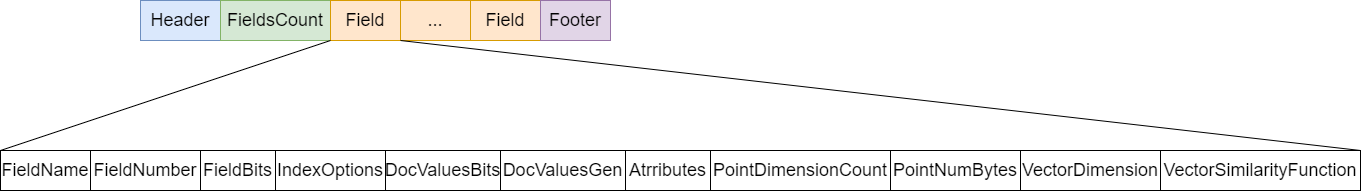
Above: .settings/lucene结构图.drawio.png in zjcDM/MRMD (draw.io), before the change. Source tidied: cells renumbered, new cells last; positions are measured from the earlier drawing's top-left corner, leaving out a move shared by most shapes. Its diagram source:
```xml
<mxGraphModel>
  <root>
    <mxCell id="0" />
    <mxCell id="1" parent="0" />
    <mxCell id="2" value="&lt;font style=&quot;font-size: 18px&quot;&gt;Header&lt;/font&gt;" style="rounded=0;whiteSpace=wrap;html=1;fillColor=#dae8fc;strokeColor=#6c8ebf;" parent="1" vertex="1">
      <mxGeometry x="140" width="80" height="40" as="geometry" />
    </mxCell>
    <mxCell id="3" value="&lt;font style=&quot;font-size: 18px&quot;&gt;FieldsCount&lt;/font&gt;" style="rounded=0;whiteSpace=wrap;html=1;fillColor=#d5e8d4;strokeColor=#82b366;" parent="1" vertex="1">
      <mxGeometry x="220" width="110" height="40" as="geometry" />
    </mxCell>
    <mxCell id="4" value="&lt;font style=&quot;font-size: 18px&quot;&gt;Field&lt;/font&gt;" style="rounded=0;whiteSpace=wrap;html=1;fillColor=#ffe6cc;strokeColor=#d79b00;" parent="1" vertex="1">
      <mxGeometry x="330" width="70" height="40" as="geometry" />
    </mxCell>
    <mxCell id="5" value="&lt;font style=&quot;font-size: 18px&quot;&gt;Field&lt;/font&gt;" style="rounded=0;whiteSpace=wrap;html=1;fillColor=#ffe6cc;strokeColor=#d79b00;" parent="1" vertex="1">
      <mxGeometry x="470" width="70" height="40" as="geometry" />
    </mxCell>
    <mxCell id="6" value="&lt;font style=&quot;font-size: 18px&quot;&gt;Footer&lt;/font&gt;" style="rounded=0;whiteSpace=wrap;html=1;fillColor=#e1d5e7;strokeColor=#9673a6;" parent="1" vertex="1">
      <mxGeometry x="540" width="70" height="40" as="geometry" />
    </mxCell>
    <mxCell id="7" value="&lt;font style=&quot;font-size: 18px&quot;&gt;...&lt;/font&gt;" style="rounded=0;whiteSpace=wrap;html=1;fillColor=#ffe6cc;strokeColor=#d79b00;" parent="1" vertex="1">
      <mxGeometry x="400" width="70" height="40" as="geometry" />
    </mxCell>
    <mxCell id="8" value="&lt;font style=&quot;font-size: 18px&quot;&gt;FieldName&lt;/font&gt;" style="rounded=0;whiteSpace=wrap;html=1;" parent="1" vertex="1">
      <mxGeometry y="150" width="90" height="40" as="geometry" />
    </mxCell>
    <mxCell id="9" value="&lt;font style=&quot;font-size: 18px&quot;&gt;FieldNumber&lt;/font&gt;" style="rounded=0;whiteSpace=wrap;html=1;" parent="1" vertex="1">
      <mxGeometry x="90" y="150" width="110" height="40" as="geometry" />
    </mxCell>
    <mxCell id="10" value="&lt;font style=&quot;font-size: 18px&quot;&gt;FieldBits&lt;/font&gt;" style="rounded=0;whiteSpace=wrap;html=1;" parent="1" vertex="1">
      <mxGeometry x="200" y="150" width="75" height="40" as="geometry" />
    </mxCell>
    <mxCell id="11" value="&lt;font style=&quot;font-size: 18px&quot;&gt;IndexOptions&lt;/font&gt;" style="rounded=0;whiteSpace=wrap;html=1;" parent="1" vertex="1">
      <mxGeometry x="275" y="150" width="110" height="40" as="geometry" />
    </mxCell>
    <mxCell id="12" value="&lt;font style=&quot;font-size: 18px&quot;&gt;DocValuesBits&lt;/font&gt;" style="rounded=0;whiteSpace=wrap;html=1;" parent="1" vertex="1">
      <mxGeometry x="385" y="150" width="115" height="40" as="geometry" />
    </mxCell>
    <mxCell id="13" value="&lt;font style=&quot;font-size: 18px&quot;&gt;DocValuesGen&lt;/font&gt;" style="rounded=0;whiteSpace=wrap;html=1;" parent="1" vertex="1">
      <mxGeometry x="500" y="150" width="125" height="40" as="geometry" />
    </mxCell>
    <mxCell id="14" value="&lt;font style=&quot;font-size: 18px&quot;&gt;Atrributes&lt;/font&gt;" style="rounded=0;whiteSpace=wrap;html=1;" parent="1" vertex="1">
      <mxGeometry x="625" y="150" width="85" height="40" as="geometry" />
    </mxCell>
    <mxCell id="15" value="&lt;font style=&quot;font-size: 18px&quot;&gt;PointDimensionCount&lt;/font&gt;" style="rounded=0;whiteSpace=wrap;html=1;" parent="1" vertex="1">
      <mxGeometry x="710" y="150" width="180" height="40" as="geometry" />
    </mxCell>
    <mxCell id="16" value="&lt;font style=&quot;font-size: 18px&quot;&gt;VectorDimension&lt;/font&gt;" style="rounded=0;whiteSpace=wrap;html=1;" parent="1" vertex="1">
      <mxGeometry x="1020" y="150" width="140" height="40" as="geometry" />
    </mxCell>
    <mxCell id="17" value="&lt;font style=&quot;font-size: 18px&quot;&gt;VectorSimilarityFunction&lt;/font&gt;" style="rounded=0;whiteSpace=wrap;html=1;" parent="1" vertex="1">
      <mxGeometry x="1160" y="150" width="200" height="40" as="geometry" />
    </mxCell>
    <mxCell id="18" value="&lt;font style=&quot;font-size: 18px&quot;&gt;PointNumBytes&lt;/font&gt;" style="rounded=0;whiteSpace=wrap;html=1;" parent="1" vertex="1">
      <mxGeometry x="890" y="150" width="130" height="40" as="geometry" />
    </mxCell>
    <mxCell id="19" style="endArrow=none;html=1;rounded=0;fontSize=18;exitX=0;exitY=0;exitDx=0;exitDy=0;" parent="1" edge="1" source="8">
      <mxGeometry relative="1" as="geometry">
        <mxPoint x="330" y="40" as="targetPoint" />
      </mxGeometry>
    </mxCell>
    <mxCell id="20" style="endArrow=none;html=1;rounded=0;fontSize=18;exitX=1;exitY=0;exitDx=0;exitDy=0;" parent="1" edge="1" source="17">
      <mxGeometry relative="1" as="geometry">
        <mxPoint x="400" y="40" as="targetPoint" />
      </mxGeometry>
    </mxCell>
  </root>
</mxGraphModel>
```
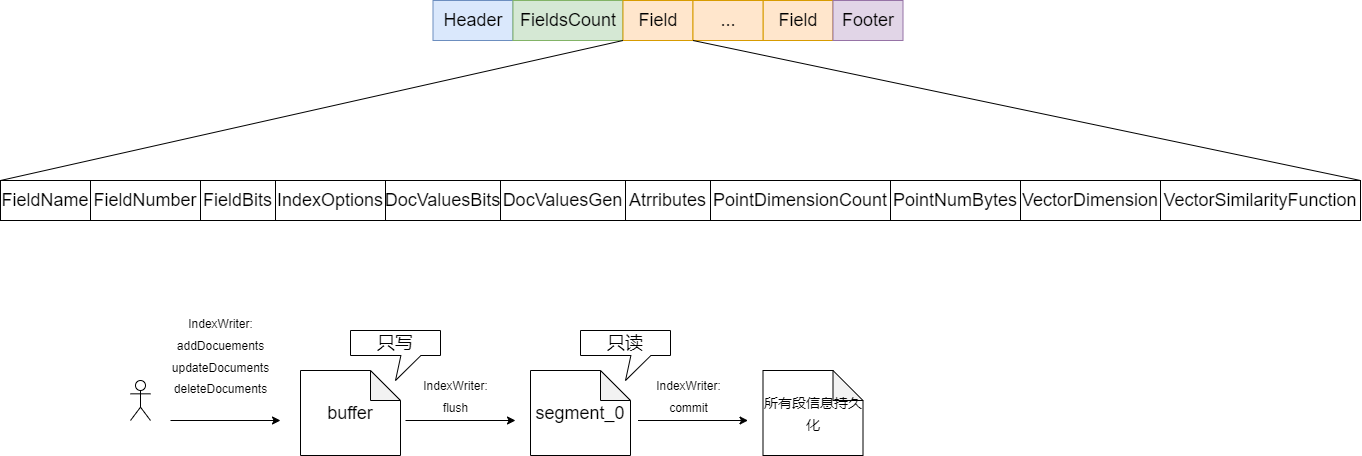
The same diagram one commit later.

Commit message:
更新lucene结构图.drawio.png

Diff of the diagram source:
```diff
@@ -3,22 +3,22 @@
     <mxCell id="0" />
     <mxCell id="1" parent="0" />
     <mxCell id="2" value="&lt;font style=&quot;font-size: 18px&quot;&gt;Header&lt;/font&gt;" style="rounded=0;whiteSpace=wrap;html=1;fillColor=#dae8fc;strokeColor=#6c8ebf;" parent="1" vertex="1">
-      <mxGeometry x="140" width="80" height="40" as="geometry" />
+      <mxGeometry x="432.5" y="-30" width="80" height="40" as="geometry" />
     </mxCell>
     <mxCell id="3" value="&lt;font style=&quot;font-size: 18px&quot;&gt;FieldsCount&lt;/font&gt;" style="rounded=0;whiteSpace=wrap;html=1;fillColor=#d5e8d4;strokeColor=#82b366;" parent="1" vertex="1">
-      <mxGeometry x="220" width="110" height="40" as="geometry" />
+      <mxGeometry x="512.5" y="-30" width="110" height="40" as="geometry" />
     </mxCell>
     <mxCell id="4" value="&lt;font style=&quot;font-size: 18px&quot;&gt;Field&lt;/font&gt;" style="rounded=0;whiteSpace=wrap;html=1;fillColor=#ffe6cc;strokeColor=#d79b00;" parent="1" vertex="1">
-      <mxGeometry x="330" width="70" height="40" as="geometry" />
+      <mxGeometry x="622.5" y="-30" width="70" height="40" as="geometry" />
     </mxCell>
     <mxCell id="5" value="&lt;font style=&quot;font-size: 18px&quot;&gt;Field&lt;/font&gt;" style="rounded=0;whiteSpace=wrap;html=1;fillColor=#ffe6cc;strokeColor=#d79b00;" parent="1" vertex="1">
-      <mxGeometry x="470" width="70" height="40" as="geometry" />
+      <mxGeometry x="762.5" y="-30" width="70" height="40" as="geometry" />
     </mxCell>
     <mxCell id="6" value="&lt;font style=&quot;font-size: 18px&quot;&gt;Footer&lt;/font&gt;" style="rounded=0;whiteSpace=wrap;html=1;fillColor=#e1d5e7;strokeColor=#9673a6;" parent="1" vertex="1">
-      <mxGeometry x="540" width="70" height="40" as="geometry" />
+      <mxGeometry x="832.5" y="-30" width="70" height="40" as="geometry" />
     </mxCell>
     <mxCell id="7" value="&lt;font style=&quot;font-size: 18px&quot;&gt;...&lt;/font&gt;" style="rounded=0;whiteSpace=wrap;html=1;fillColor=#ffe6cc;strokeColor=#d79b00;" parent="1" vertex="1">
-      <mxGeometry x="400" width="70" height="40" as="geometry" />
+      <mxGeometry x="692.5" y="-30" width="70" height="40" as="geometry" />
     </mxCell>
     <mxCell id="8" value="&lt;font style=&quot;font-size: 18px&quot;&gt;FieldName&lt;/font&gt;" style="rounded=0;whiteSpace=wrap;html=1;" parent="1" vertex="1">
       <mxGeometry y="150" width="90" height="40" as="geometry" />
@@ -53,15 +53,56 @@
     <mxCell id="18" value="&lt;font style=&quot;font-size: 18px&quot;&gt;PointNumBytes&lt;/font&gt;" style="rounded=0;whiteSpace=wrap;html=1;" parent="1" vertex="1">
       <mxGeometry x="890" y="150" width="130" height="40" as="geometry" />
     </mxCell>
-    <mxCell id="19" style="endArrow=none;html=1;rounded=0;fontSize=18;exitX=0;exitY=0;exitDx=0;exitDy=0;" parent="1" edge="1" source="8">
-      <mxGeometry relative="1" as="geometry">
-        <mxPoint x="330" y="40" as="targetPoint" />
-      </mxGeometry>
+    <mxCell id="19" style="endArrow=none;html=1;rounded=0;fontSize=18;exitX=0;exitY=0;exitDx=0;exitDy=0;entryX=1;entryY=1;entryDx=0;entryDy=0;" parent="1" edge="1" source="8" target="3">
+      <mxGeometry relative="1" as="geometry" />
     </mxCell>
-    <mxCell id="20" style="endArrow=none;html=1;rounded=0;fontSize=18;exitX=1;exitY=0;exitDx=0;exitDy=0;" parent="1" edge="1" source="17">
-      <mxGeometry relative="1" as="geometry">
-        <mxPoint x="400" y="40" as="targetPoint" />
-      </mxGeometry>
+    <mxCell id="20" style="endArrow=none;html=1;rounded=0;fontSize=18;exitX=1;exitY=0;exitDx=0;exitDy=0;entryX=0;entryY=1;entryDx=0;entryDy=0;" parent="1" edge="1" source="17" target="7">
+      <mxGeometry relative="1" as="geometry" />
     </mxCell>
+    <mxCell id="21" style="shape=umlActor;verticalLabelPosition=bottom;verticalAlign=top;html=1;fontSize=18;" parent="1" vertex="1">
+      <mxGeometry x="130" y="350" width="20" height="40" as="geometry" />
+    </mxCell>
+    <mxCell id="22" value="只读" style="shape=callout;whiteSpace=wrap;html=1;perimeter=calloutPerimeter;fontSize=18;size=25;position=0.56;" parent="1" vertex="1">
+      <mxGeometry x="580" y="300" width="90" height="50" as="geometry" />
+    </mxCell>
+    <mxCell id="23" value="segment_0" style="shape=note;whiteSpace=wrap;html=1;backgroundOutline=1;darkOpacity=0.05;fontSize=18;" parent="1" vertex="1">
+      <mxGeometry x="530" y="340" width="100" height="85" as="geometry" />
+    </mxCell>
+    <mxCell id="24" value="只写" style="shape=callout;whiteSpace=wrap;html=1;perimeter=calloutPerimeter;fontSize=18;size=25;position=0.56;" parent="1" vertex="1">
+      <mxGeometry x="350" y="300" width="90" height="50" as="geometry" />
+    </mxCell>
+    <mxCell id="25" value="buffer" style="shape=note;whiteSpace=wrap;html=1;backgroundOutline=1;darkOpacity=0.05;fontSize=18;" parent="1" vertex="1">
+      <mxGeometry x="300" y="340" width="100" height="85" as="geometry" />
+    </mxCell>
+    <mxCell id="26" style="endArrow=classic;html=1;rounded=0;fontSize=18;" parent="1" edge="1">
+      <mxGeometry relative="1" as="geometry">
+        <mxPoint x="170" y="390" as="sourcePoint" />
+        <mxPoint x="280" y="390" as="targetPoint" />
+      </mxGeometry>
+    </mxCell>
+    <mxCell id="27" value="&lt;font style=&quot;font-size: 10px&quot;&gt;IndexWriter:&lt;br&gt;addDocuements&lt;br&gt;updateDocuments&lt;br&gt;deleteDocuments&lt;/font&gt;" style="text;html=1;align=center;verticalAlign=middle;strokeColor=none;fillColor=none;fontSize=18;" parent="1" vertex="1">
+      <mxGeometry x="165" y="275" width="110" height="100" as="geometry" />
+    </mxCell>
+    <mxCell id="28" style="endArrow=classic;html=1;rounded=0;fontSize=18;" parent="1" edge="1">
+      <mxGeometry relative="1" as="geometry">
+        <mxPoint x="405" y="390" as="sourcePoint" />
+        <mxPoint x="515" y="390" as="targetPoint" />
+      </mxGeometry>
+    </mxCell>
+    <mxCell id="29" value="&lt;font style=&quot;font-size: 12px&quot;&gt;IndexWriter:&lt;br&gt;flush&lt;/font&gt;" style="text;html=1;align=center;verticalAlign=middle;strokeColor=none;fillColor=none;fontSize=18;" parent="1" vertex="1">
+      <mxGeometry x="415" y="340" width="80" height="50" as="geometry" />
+    </mxCell>
+    <mxCell id="30" value="&lt;font style=&quot;font-size: 14px&quot;&gt;所有段信息持久化&lt;/font&gt;" style="shape=note;whiteSpace=wrap;html=1;backgroundOutline=1;darkOpacity=0.05;fontSize=18;" parent="1" vertex="1">
+      <mxGeometry x="762.5" y="340" width="100" height="85" as="geometry" />
+    </mxCell>
+    <mxCell id="31" style="endArrow=classic;html=1;rounded=0;fontSize=18;" parent="1" edge="1">
+      <mxGeometry relative="1" as="geometry">
+        <mxPoint x="637.5" y="390" as="sourcePoint" />
+        <mxPoint x="747.5" y="390" as="targetPoint" />
+      </mxGeometry>
+    </mxCell>
+    <mxCell id="32" value="&lt;font style=&quot;font-size: 12px&quot;&gt;IndexWriter:&lt;br&gt;commit&lt;br&gt;&lt;/font&gt;" style="text;html=1;align=center;verticalAlign=middle;strokeColor=none;fillColor=none;fontSize=18;" parent="1" vertex="1">
+      <mxGeometry x="647.5" y="340" width="80" height="50" as="geometry" />
+    </mxCell>
   </root>
 </mxGraphModel>
```
